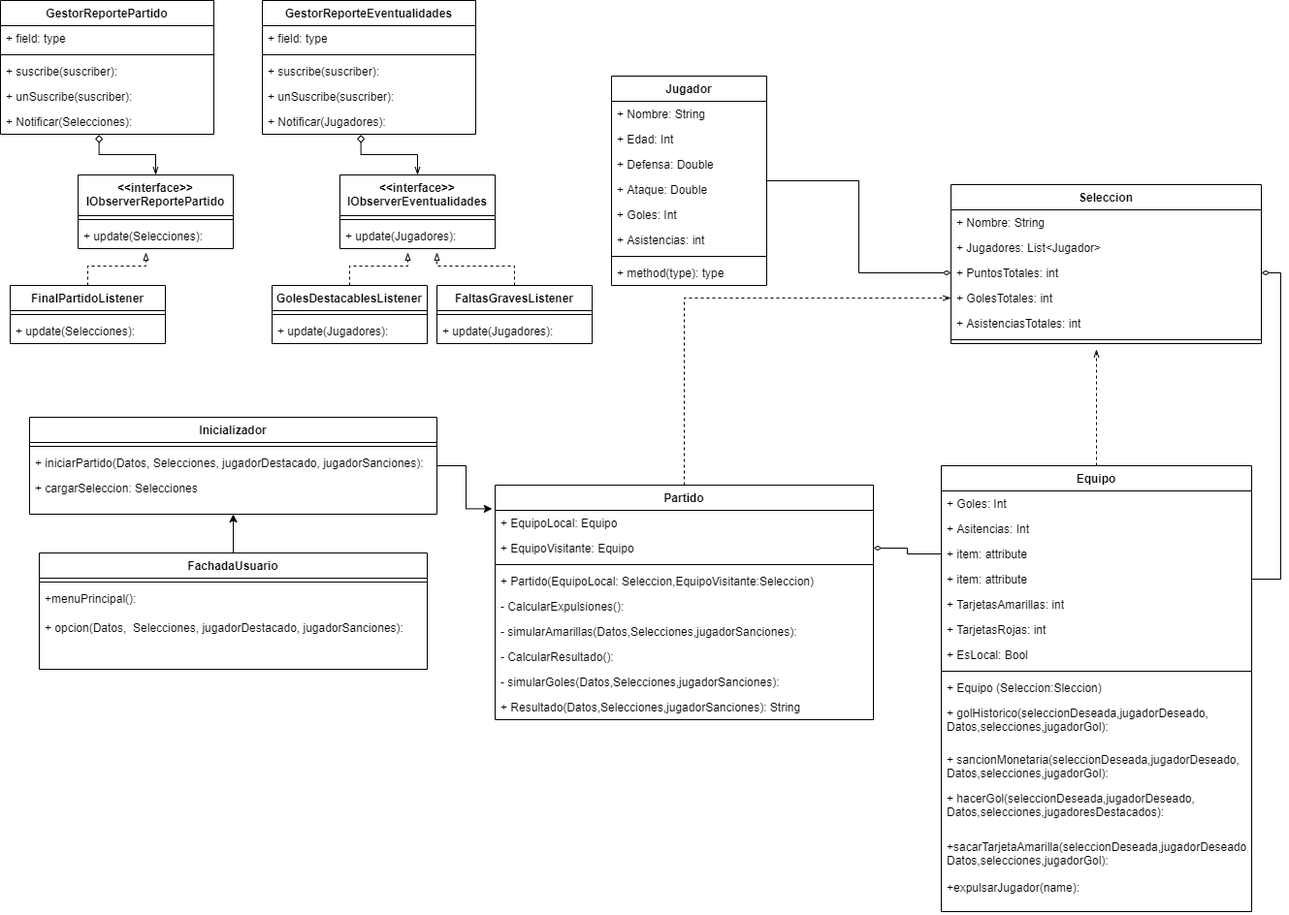
Before: Parcial2UML.png, a diagram exported from draw.io (juanpablocanas/FinalParcial2). Source tidied: cells renumbered, new cells last; positions are measured from the earlier drawing's top-left corner, leaving out a move shared by most shapes.
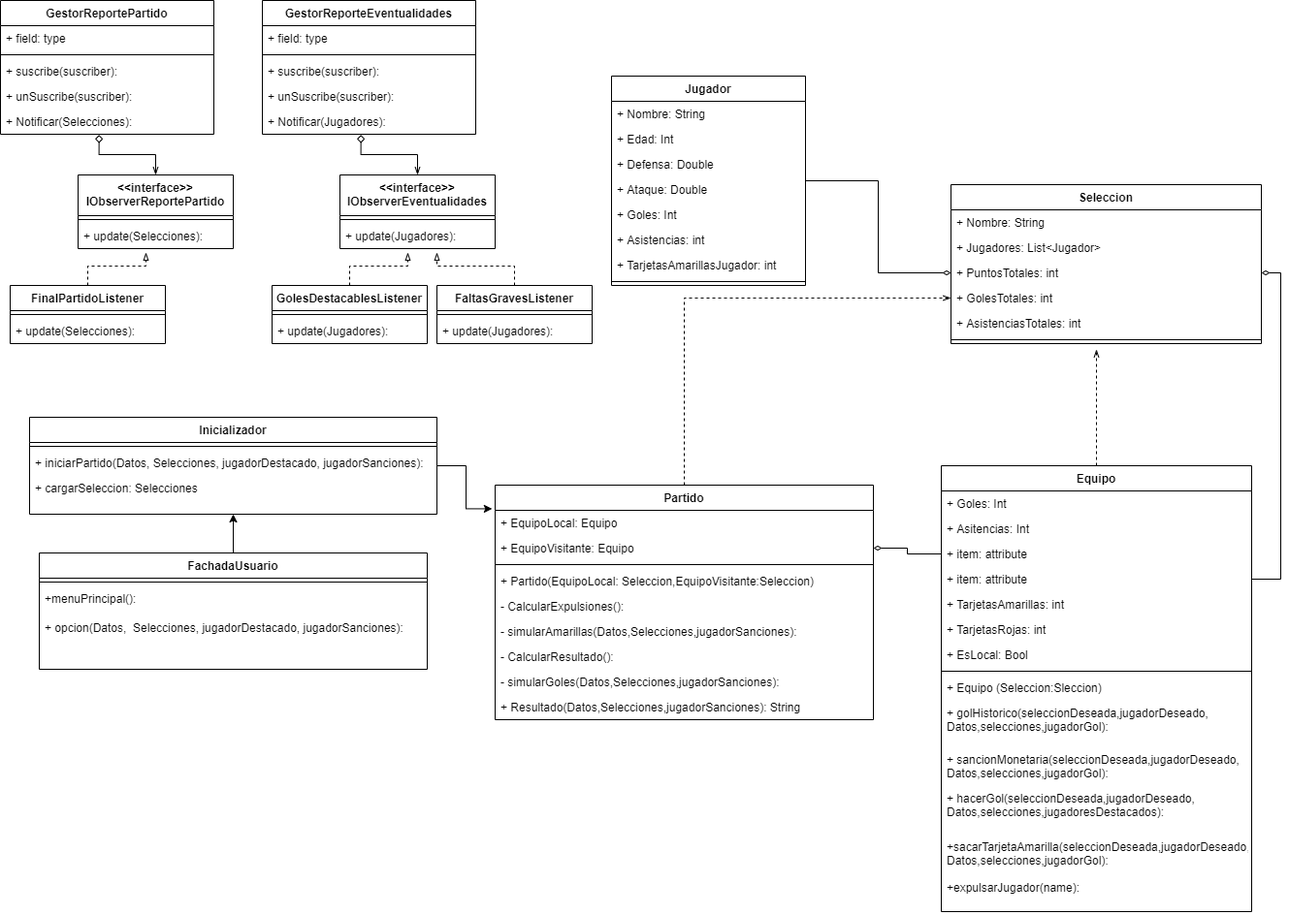
After the commit.

Diff of the diagram source:
```diff
@@ -6,32 +6,32 @@
       <mxGeometry relative="1" as="geometry" />
     </mxCell>
     <mxCell id="3" value="Jugador" style="swimlane;fontStyle=1;align=center;verticalAlign=top;horizontal=1;startSize=26;" parent="1" vertex="1">
-      <mxGeometry x="630" y="78" width="160" height="216" as="geometry" />
+      <mxGeometry x="630" y="78" width="200" height="216" as="geometry" />
     </mxCell>
     <mxCell id="4" value="+ Nombre: String&#10;" style="text;strokeColor=none;fillColor=none;align=left;verticalAlign=top;spacingLeft=4;spacingRight=4;overflow=hidden;" parent="3" vertex="1">
-      <mxGeometry y="26" width="160" height="26" as="geometry" />
+      <mxGeometry y="26" width="200" height="26" as="geometry" />
     </mxCell>
     <mxCell id="5" value="+ Edad: Int" style="text;strokeColor=none;fillColor=none;align=left;verticalAlign=top;spacingLeft=4;spacingRight=4;overflow=hidden;" parent="3" vertex="1">
-      <mxGeometry y="52" width="160" height="26" as="geometry" />
+      <mxGeometry y="52" width="200" height="26" as="geometry" />
     </mxCell>
     <mxCell id="6" value="+ Defensa: Double" style="text;strokeColor=none;fillColor=none;align=left;verticalAlign=top;spacingLeft=4;spacingRight=4;overflow=hidden;" parent="3" vertex="1">
-      <mxGeometry y="78" width="160" height="26" as="geometry" />
+      <mxGeometry y="78" width="200" height="26" as="geometry" />
     </mxCell>
     <mxCell id="7" value="+ Ataque: Double" style="text;strokeColor=none;fillColor=none;align=left;verticalAlign=top;spacingLeft=4;spacingRight=4;overflow=hidden;" parent="3" vertex="1">
-      <mxGeometry y="104" width="160" height="26" as="geometry" />
+      <mxGeometry y="104" width="200" height="26" as="geometry" />
     </mxCell>
     <mxCell id="8" value="+ Goles: Int" style="text;strokeColor=none;fillColor=none;align=left;verticalAlign=top;spacingLeft=4;spacingRight=4;overflow=hidden;" parent="3" vertex="1">
-      <mxGeometry y="130" width="160" height="26" as="geometry" />
+      <mxGeometry y="130" width="200" height="26" as="geometry" />
     </mxCell>
     <mxCell id="9" value="+ Asistencias: int" style="text;strokeColor=none;fillColor=none;align=left;verticalAlign=top;spacingLeft=4;spacingRight=4;overflow=hidden;" parent="3" vertex="1">
-      <mxGeometry y="156" width="160" height="26" as="geometry" />
+      <mxGeometry y="156" width="200" height="26" as="geometry" />
     </mxCell>
+    <mxCell id="89" value="+ TarjetasAmarillasJugador: int" style="text;strokeColor=none;fillColor=none;align=left;verticalAlign=top;spacingLeft=4;spacingRight=4;overflow=hidden;" parent="3" vertex="1">
+      <mxGeometry y="182" width="200" height="26" as="geometry" />
+    </mxCell>
     <mxCell id="10" style="line;strokeWidth=1;fillColor=none;align=left;verticalAlign=middle;spacingTop=-1;spacingLeft=3;spacingRight=3;labelPosition=right;" parent="3" vertex="1">
-      <mxGeometry y="182" width="160" height="8" as="geometry" />
+      <mxGeometry y="208" width="200" height="8" as="geometry" />
     </mxCell>
-    <mxCell id="11" value="+ method(type): type" style="text;strokeColor=none;fillColor=none;align=left;verticalAlign=top;spacingLeft=4;spacingRight=4;overflow=hidden;" parent="3" vertex="1">
-      <mxGeometry y="190" width="160" height="26" as="geometry" />
-    </mxCell>
     <mxCell id="12" value="Seleccion" style="swimlane;fontStyle=1;align=center;verticalAlign=top;horizontal=1;startSize=26;" parent="1" vertex="1">
       <mxGeometry x="980" y="190" width="320" height="164" as="geometry" />
     </mxCell>
```
